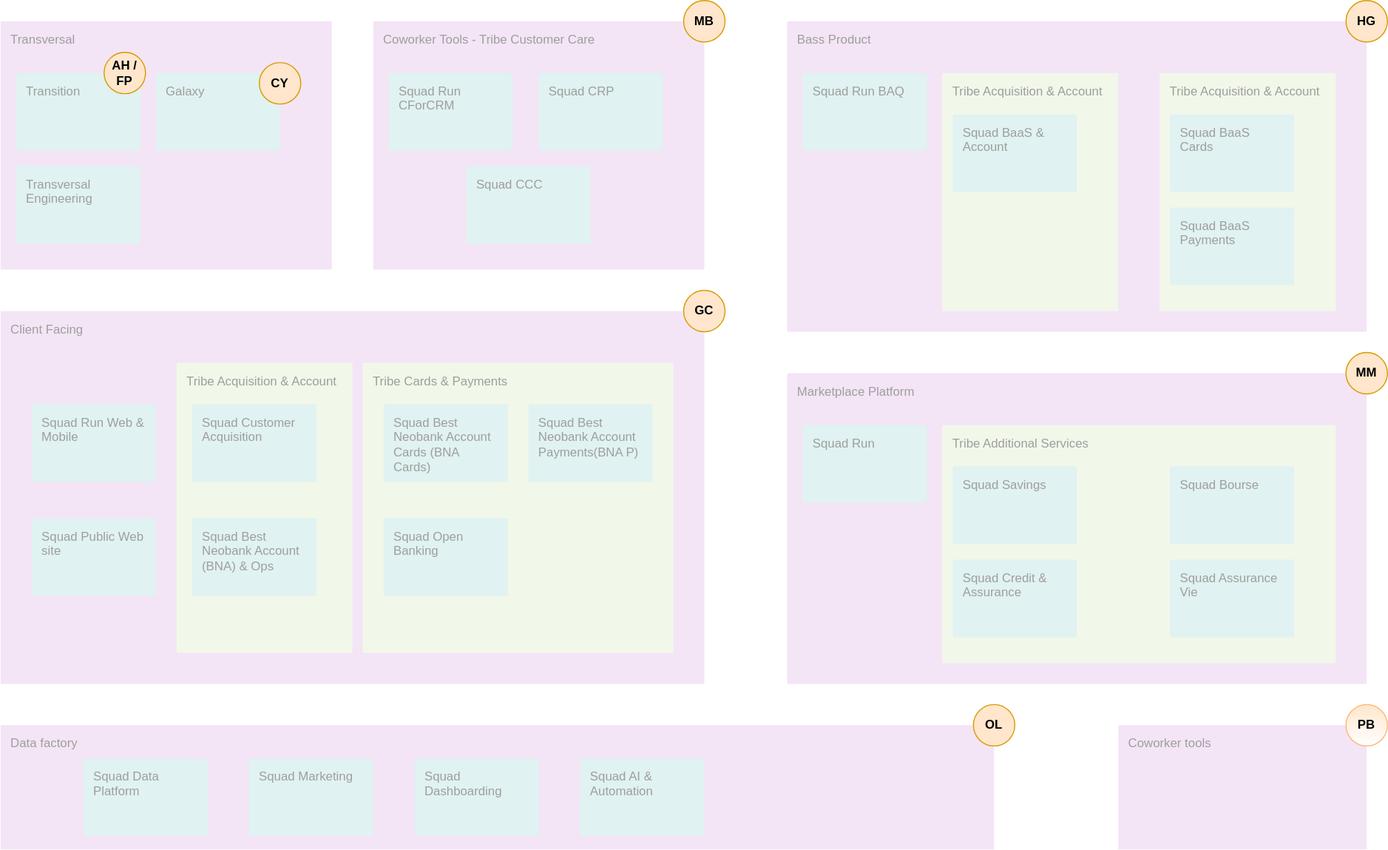
Earlier version of the draw.io export orga_domains.drawio.svg (chaindatax/b4b). Source tidied: cells renumbered, new cells last; positions are measured from the earlier drawing's top-left corner, leaving out a move shared by most shapes.
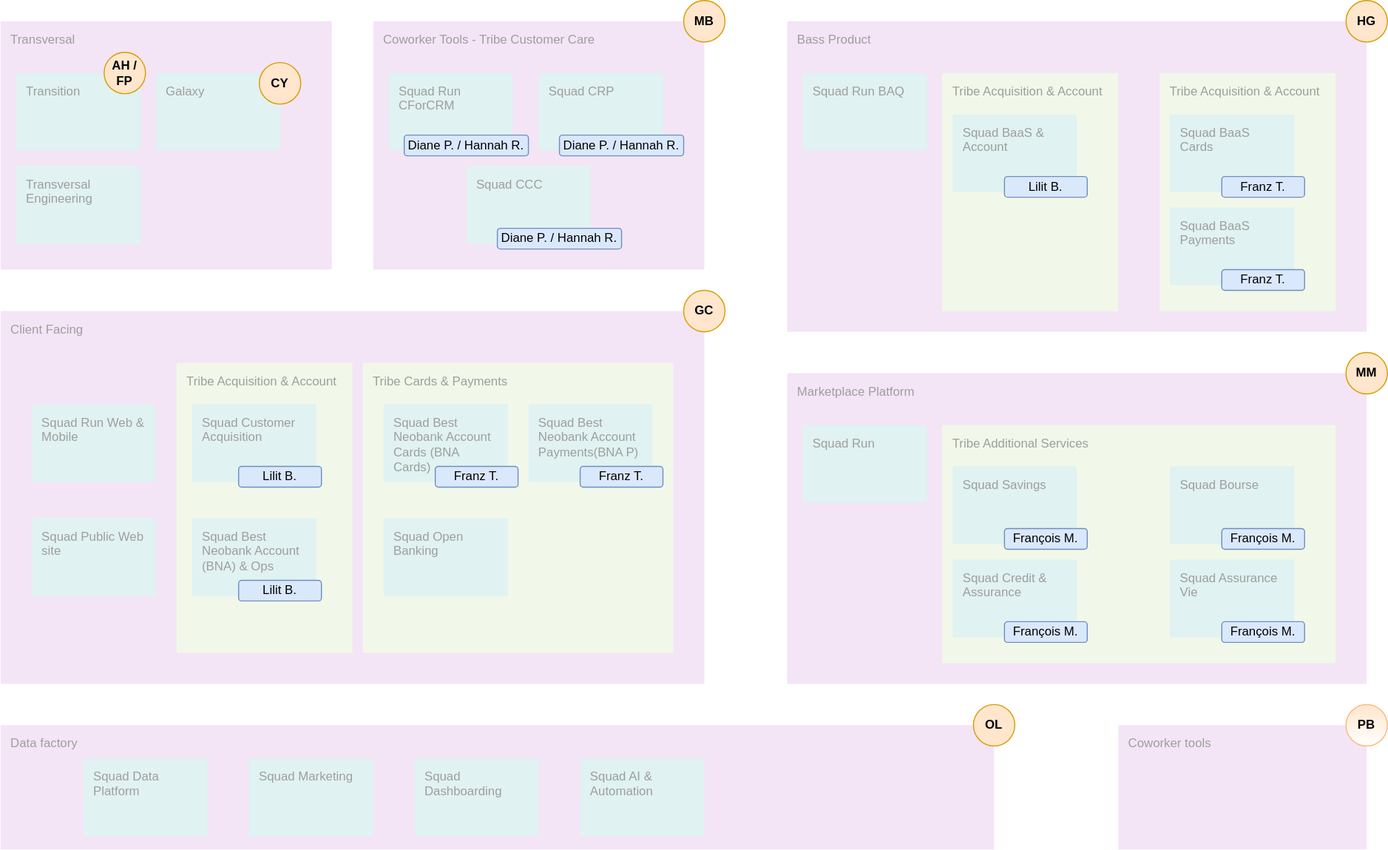
The same file after the commit.

Commit message:
Mettre à jour orga_domains.drawio.svg

The edit, as a diff of the source:
```diff
@@ -141,5 +141,48 @@
     <mxCell id="48" value="CY" style="ellipse;whiteSpace=wrap;html=1;fillColor=#ffe6cc;strokeColor=#d79b00;fontStyle=1;" parent="40" vertex="1">
       <mxGeometry x="250" y="60" width="40" height="40" as="geometry" />
     </mxCell>
+    <mxCell id="49" value="Tribe Leads" parent="0" />
+    <mxCell id="50" value="Lilit B." style="rounded=1;whiteSpace=wrap;html=1;fillColor=#dae8fc;strokeColor=#6c8ebf;" parent="49" vertex="1">
+      <mxGeometry x="230" y="450" width="80" height="20" as="geometry" />
+    </mxCell>
+    <mxCell id="51" value="Lilit B." style="rounded=1;whiteSpace=wrap;html=1;fillColor=#dae8fc;strokeColor=#6c8ebf;" parent="49" vertex="1">
+      <mxGeometry x="230" y="560" width="80" height="20" as="geometry" />
+    </mxCell>
+    <mxCell id="52" value="Franz T." style="rounded=1;whiteSpace=wrap;html=1;fillColor=#dae8fc;strokeColor=#6c8ebf;" parent="49" vertex="1">
+      <mxGeometry x="420" y="450" width="80" height="20" as="geometry" />
+    </mxCell>
+    <mxCell id="53" value="Franz T." style="rounded=1;whiteSpace=wrap;html=1;fillColor=#dae8fc;strokeColor=#6c8ebf;" parent="49" vertex="1">
+      <mxGeometry x="560" y="450" width="80" height="20" as="geometry" />
+    </mxCell>
+    <mxCell id="54" value="Diane P. / Hannah R." style="rounded=1;whiteSpace=wrap;html=1;fillColor=#dae8fc;strokeColor=#6c8ebf;" parent="49" vertex="1">
+      <mxGeometry x="390" y="130" width="120" height="20" as="geometry" />
+    </mxCell>
+    <mxCell id="55" value="Diane P. / Hannah R." style="rounded=1;whiteSpace=wrap;html=1;fillColor=#dae8fc;strokeColor=#6c8ebf;" parent="49" vertex="1">
+      <mxGeometry x="540" y="130" width="120" height="20" as="geometry" />
+    </mxCell>
+    <mxCell id="56" value="Diane P. / Hannah R." style="rounded=1;whiteSpace=wrap;html=1;fillColor=#dae8fc;strokeColor=#6c8ebf;" parent="49" vertex="1">
+      <mxGeometry x="480" y="220" width="120" height="20" as="geometry" />
+    </mxCell>
+    <mxCell id="57" value="Lilit B." style="rounded=1;whiteSpace=wrap;html=1;fillColor=#dae8fc;strokeColor=#6c8ebf;" parent="49" vertex="1">
+      <mxGeometry x="970" y="170" width="80" height="20" as="geometry" />
+    </mxCell>
+    <mxCell id="58" value="Franz T." style="rounded=1;whiteSpace=wrap;html=1;fillColor=#dae8fc;strokeColor=#6c8ebf;" parent="49" vertex="1">
+      <mxGeometry x="1180" y="170" width="80" height="20" as="geometry" />
+    </mxCell>
+    <mxCell id="59" value="Franz T." style="rounded=1;whiteSpace=wrap;html=1;fillColor=#dae8fc;strokeColor=#6c8ebf;" parent="49" vertex="1">
+      <mxGeometry x="1180" y="260" width="80" height="20" as="geometry" />
+    </mxCell>
+    <mxCell id="60" value="François M." style="rounded=1;whiteSpace=wrap;html=1;fillColor=#dae8fc;strokeColor=#6c8ebf;" parent="49" vertex="1">
+      <mxGeometry x="970" y="510" width="80" height="20" as="geometry" />
+    </mxCell>
+    <mxCell id="61" value="François M." style="rounded=1;whiteSpace=wrap;html=1;fillColor=#dae8fc;strokeColor=#6c8ebf;" parent="49" vertex="1">
+      <mxGeometry x="970" y="600" width="80" height="20" as="geometry" />
+    </mxCell>
+    <mxCell id="62" value="François M." style="rounded=1;whiteSpace=wrap;html=1;fillColor=#dae8fc;strokeColor=#6c8ebf;" parent="49" vertex="1">
+      <mxGeometry x="1180" y="510" width="80" height="20" as="geometry" />
+    </mxCell>
+    <mxCell id="63" value="François M." style="rounded=1;whiteSpace=wrap;html=1;fillColor=#dae8fc;strokeColor=#6c8ebf;" parent="49" vertex="1">
+      <mxGeometry x="1180" y="600" width="80" height="20" as="geometry" />
+    </mxCell>
   </root>
 </mxGraphModel>
```
